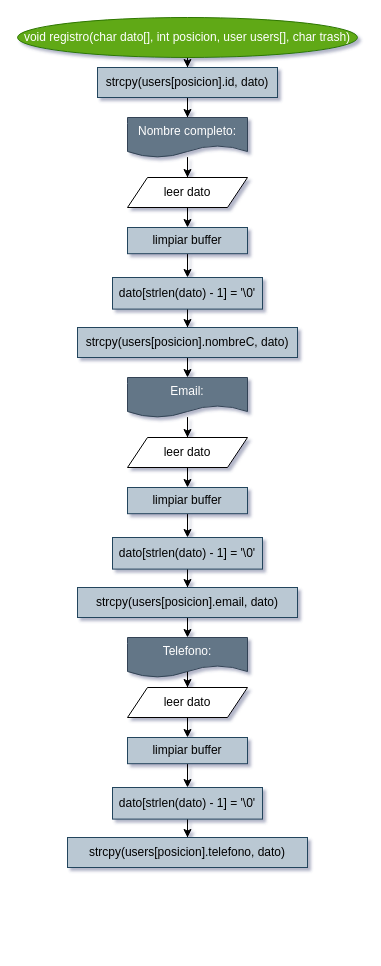
This is page "registro" (3 of 6) of prograEstructurada/agendaElectronica/agendaElecronica.drawio from MrChilaquiles/Exercises, a draw.io file, before an edit. Source tidied: cells renumbered, new cells numbered last; positions are measured from the earlier drawing's top-left corner, leaving out a move shared by most shapes. Both pictures are drawn from the tidied source at 100%, with x=0, y=0 at pixel (17, 17).
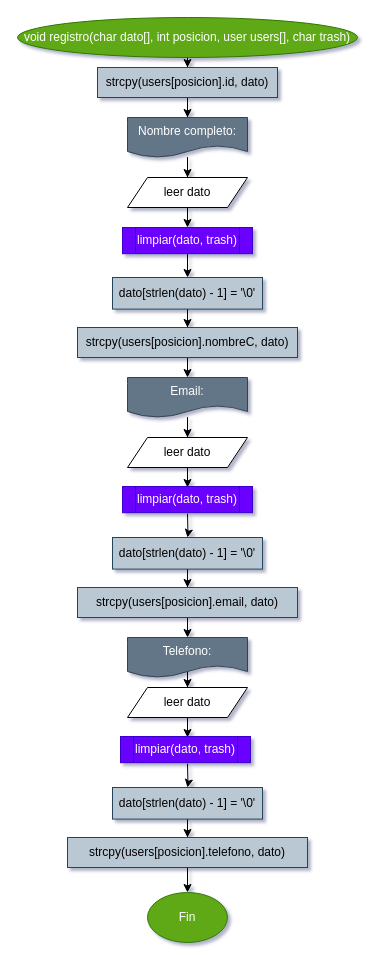
The same diagram, later.

Commit message (it also covers changes not shown here):
Add limpiar function to drawio

Unchanged cells that the change refers to:
```xml
<mxCell id="9" value="leer dato" style="shape=parallelogram;perimeter=parallelogramPerimeter;whiteSpace=wrap;html=1;fixedSize=1;" parent="1" vertex="1">
  <mxGeometry x="110" y="160" width="120" height="30" as="geometry" />
</mxCell>
<mxCell id="13" value="dato[strlen(dato) - 1] = '\0'" style="whiteSpace=wrap;html=1;fillColor=#bac8d3;strokeColor=#23445d;" parent="1" vertex="1">
  <mxGeometry x="95" y="260" width="150" height="31.6" as="geometry" />
</mxCell>
<mxCell id="19" value="leer dato" style="shape=parallelogram;perimeter=parallelogramPerimeter;whiteSpace=wrap;html=1;fixedSize=1;" parent="1" vertex="1">
  <mxGeometry x="110" y="420" width="120" height="30" as="geometry" />
</mxCell>
<mxCell id="23" value="dato[strlen(dato) - 1] = '\0'" style="whiteSpace=wrap;html=1;fillColor=#bac8d3;strokeColor=#23445d;" parent="1" vertex="1">
  <mxGeometry x="95" y="520" width="150" height="31.6" as="geometry" />
</mxCell>
<mxCell id="29" value="leer dato" style="shape=parallelogram;perimeter=parallelogramPerimeter;whiteSpace=wrap;html=1;fixedSize=1;" parent="1" vertex="1">
  <mxGeometry x="110" y="670" width="120" height="30" as="geometry" />
</mxCell>
<mxCell id="33" value="dato[strlen(dato) - 1] = '\0'" style="whiteSpace=wrap;html=1;fillColor=#bac8d3;strokeColor=#23445d;" parent="1" vertex="1">
  <mxGeometry x="95" y="770" width="150" height="31.6" as="geometry" />
</mxCell>
<mxCell id="34" value="strcpy(users[posicion].telefono, dato)" style="whiteSpace=wrap;html=1;fillColor=#bac8d3;strokeColor=#23445d;" parent="1" vertex="1">
  <mxGeometry x="50" y="820" width="240" height="30" as="geometry" />
</mxCell>
```

Diff of the diagram source:
```diff
@@
-    <mxCell id="8" style="edgeStyle=orthogonalEdgeStyle;rounded=0;jettySize=auto;html=1;exitX=0.5;exitY=1;exitDx=0;exitDy=0;entryX=0.5;entryY=0;entryDx=0;entryDy=0;" parent="1" edge="1" source="9" target="11">
+    <mxCell id="8" style="edgeStyle=orthogonalEdgeStyle;rounded=0;jettySize=auto;html=1;exitX=0.5;exitY=1;exitDx=0;exitDy=0;entryX=0.5;entryY=0;entryDx=0;entryDy=0;" parent="1" edge="1" source="9" target="36">
       <mxGeometry relative="1" as="geometry" />
     </mxCell>
@@
-    <mxCell id="10" style="edgeStyle=orthogonalEdgeStyle;rounded=0;jettySize=auto;html=1;" parent="1" edge="1" source="11" target="13">
+    <mxCell id="10" style="edgeStyle=orthogonalEdgeStyle;rounded=0;jettySize=auto;html=1;exitX=0.5;exitY=1;exitDx=0;exitDy=0;" parent="1" edge="1" source="36" target="13">
       <mxGeometry relative="1" as="geometry" />
     </mxCell>
-    <mxCell id="11" value="limpiar buffer" style="whiteSpace=wrap;html=1;fillColor=#bac8d3;strokeColor=#23445d;" parent="1" vertex="1">
-      <mxGeometry x="110" y="210" width="120" height="26.2" as="geometry" />
-    </mxCell>
@@
-    <mxCell id="18" style="edgeStyle=orthogonalEdgeStyle;rounded=0;jettySize=auto;html=1;exitX=0.5;exitY=1;exitDx=0;exitDy=0;entryX=0.5;entryY=0;entryDx=0;entryDy=0;" parent="1" edge="1" source="19" target="21">
-      <mxGeometry relative="1" as="geometry" />
+    <mxCell id="18" style="edgeStyle=orthogonalEdgeStyle;rounded=0;jettySize=auto;html=1;exitX=0.5;exitY=1;exitDx=0;exitDy=0;entryX=0.5;entryY=0;entryDx=0;entryDy=0;" parent="1" edge="1" source="19">
+      <mxGeometry relative="1" as="geometry">
+        <mxPoint x="170" y="470" as="targetPoint" />
+      </mxGeometry>
     </mxCell>
@@
-    <mxCell id="20" style="edgeStyle=orthogonalEdgeStyle;rounded=0;jettySize=auto;html=1;" parent="1" edge="1" source="21" target="23">
-      <mxGeometry relative="1" as="geometry" />
+    <mxCell id="20" style="edgeStyle=orthogonalEdgeStyle;rounded=0;jettySize=auto;html=1;" parent="1" edge="1" target="23">
+      <mxGeometry relative="1" as="geometry">
+        <mxPoint x="170" y="496.2" as="sourcePoint" />
+      </mxGeometry>
     </mxCell>
-    <mxCell id="21" value="limpiar buffer" style="whiteSpace=wrap;html=1;fillColor=#bac8d3;strokeColor=#23445d;" parent="1" vertex="1">
-      <mxGeometry x="110" y="470" width="120" height="26.2" as="geometry" />
-    </mxCell>
@@
-    <mxCell id="28" style="edgeStyle=orthogonalEdgeStyle;rounded=0;jettySize=auto;html=1;exitX=0.5;exitY=1;exitDx=0;exitDy=0;entryX=0.5;entryY=0;entryDx=0;entryDy=0;" parent="1" edge="1" source="29" target="31">
-      <mxGeometry relative="1" as="geometry" />
+    <mxCell id="28" style="edgeStyle=orthogonalEdgeStyle;rounded=0;jettySize=auto;html=1;exitX=0.5;exitY=1;exitDx=0;exitDy=0;entryX=0.5;entryY=0;entryDx=0;entryDy=0;" parent="1" edge="1" source="29">
+      <mxGeometry relative="1" as="geometry">
+        <mxPoint x="170" y="720" as="targetPoint" />
+      </mxGeometry>
     </mxCell>
@@
-    <mxCell id="30" style="edgeStyle=orthogonalEdgeStyle;rounded=0;jettySize=auto;html=1;" parent="1" edge="1" source="31" target="33">
-      <mxGeometry relative="1" as="geometry" />
+    <mxCell id="30" style="edgeStyle=orthogonalEdgeStyle;rounded=0;jettySize=auto;html=1;" parent="1" edge="1" target="33">
+      <mxGeometry relative="1" as="geometry">
+        <mxPoint x="170" y="746.2" as="sourcePoint" />
+      </mxGeometry>
     </mxCell>
-    <mxCell id="31" value="limpiar buffer" style="whiteSpace=wrap;html=1;fillColor=#bac8d3;strokeColor=#23445d;" parent="1" vertex="1">
-      <mxGeometry x="110" y="720" width="120" height="26.2" as="geometry" />
-    </mxCell>
@@
+    <mxCell id="35" style="edgeStyle=orthogonalEdgeStyle;rounded=0;jettySize=auto;html=1;" parent="1" edge="1" source="34" target="39">
+      <mxGeometry relative="1" as="geometry" />
+    </mxCell>
@@
+    <mxCell id="36" value="limpiar(dato, trash)" style="shape=process;whiteSpace=wrap;html=1;backgroundOutline=1;fillColor=#6a00ff;strokeColor=#3700CC;fontColor=#ffffff;" parent="1" vertex="1">
+      <mxGeometry x="105" y="210" width="130" height="26.2" as="geometry" />
+    </mxCell>
+    <mxCell id="37" value="limpiar(dato, trash)" style="shape=process;whiteSpace=wrap;html=1;backgroundOutline=1;fillColor=#6a00ff;strokeColor=#3700CC;fontColor=#ffffff;" parent="1" vertex="1">
+      <mxGeometry x="105" y="469" width="130" height="26.2" as="geometry" />
+    </mxCell>
+    <mxCell id="38" value="limpiar(dato, trash)" style="shape=process;whiteSpace=wrap;html=1;backgroundOutline=1;fillColor=#6a00ff;strokeColor=#3700CC;fontColor=#ffffff;" parent="1" vertex="1">
+      <mxGeometry x="103" y="719" width="130" height="26.2" as="geometry" />
+    </mxCell>
+    <mxCell id="39" value="Fin" style="ellipse;whiteSpace=wrap;html=1;fillColor=#60a917;strokeColor=#2D7600;fontColor=#ffffff;" parent="1" vertex="1">
+      <mxGeometry x="130" y="875" width="80" height="50" as="geometry" />
+    </mxCell>
```
